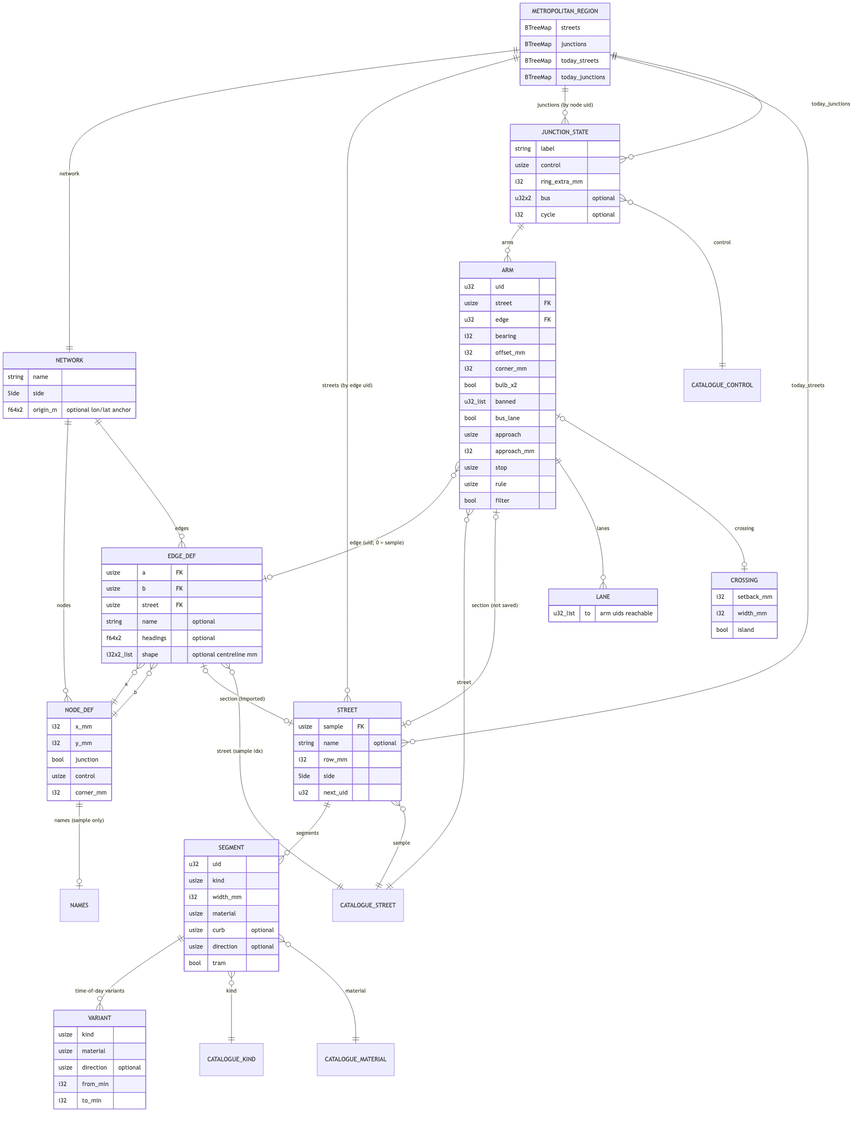
alandovskis/cityloom keeps this Mermaid diagram as docs/erd.png. Above is the earlier version. Its source is kept beside it as docs/erd.mmd.
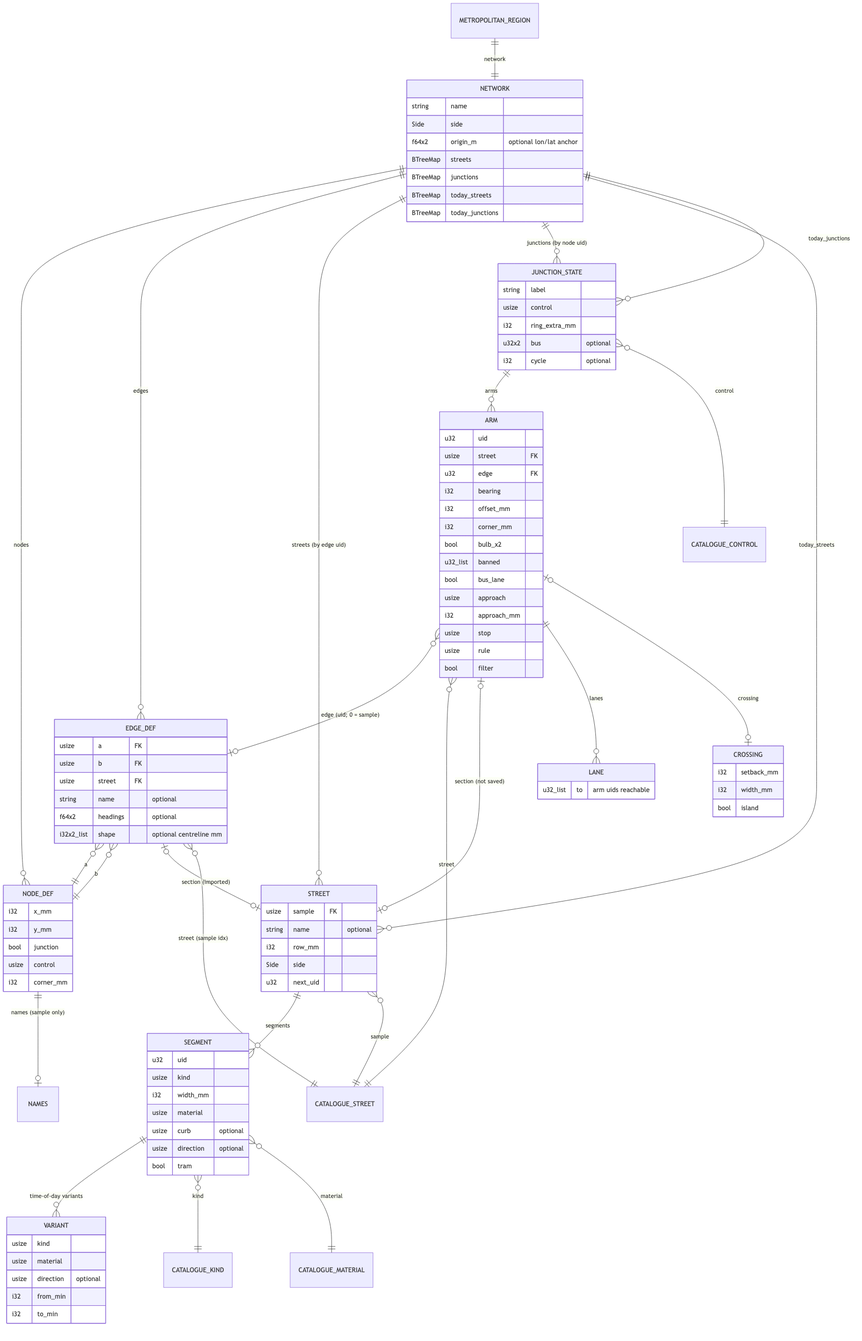
The same file after the commit.

Commit message:
docs(erd): streets and junctions belong to the network

The edit, as a diff of the source:
```diff
@@ -1,12 +1,12 @@
 erDiagram
     METROPOLITAN_REGION ||--|| NETWORK : "network"
-    METROPOLITAN_REGION ||--o{ STREET : "streets (by edge uid)"
-    METROPOLITAN_REGION ||--o{ JUNCTION_STATE : "junctions (by node uid)"
-    METROPOLITAN_REGION ||--o{ STREET : "today_streets"
-    METROPOLITAN_REGION ||--o{ JUNCTION_STATE : "today_junctions"
 
     NETWORK ||--o{ NODE_DEF : nodes
     NETWORK ||--o{ EDGE_DEF : edges
+    NETWORK ||--o{ STREET : "streets (by edge uid)"
+    NETWORK ||--o{ JUNCTION_STATE : "junctions (by node uid)"
+    NETWORK ||--o{ STREET : "today_streets"
+    NETWORK ||--o{ JUNCTION_STATE : "today_junctions"
     NODE_DEF ||--o| NAMES : "names (sample only)"
     EDGE_DEF }o--|| NODE_DEF : "a"
     EDGE_DEF }o--|| NODE_DEF : "b"
@@ -27,16 +27,14 @@
     ARM ||--o{ LANE : lanes
     ARM |o--o| CROSSING : crossing
 
-    METROPOLITAN_REGION {
+    NETWORK {
+        string name
+        Side side
+        f64x2 origin_m "optional lon/lat anchor"
         BTreeMap streets
         BTreeMap junctions
         BTreeMap today_streets
         BTreeMap today_junctions
-    }
-    NETWORK {
-        string name
-        Side side
-        f64x2 origin_m "optional lon/lat anchor"
     }
     NODE_DEF {
         i32 x_mm
```
